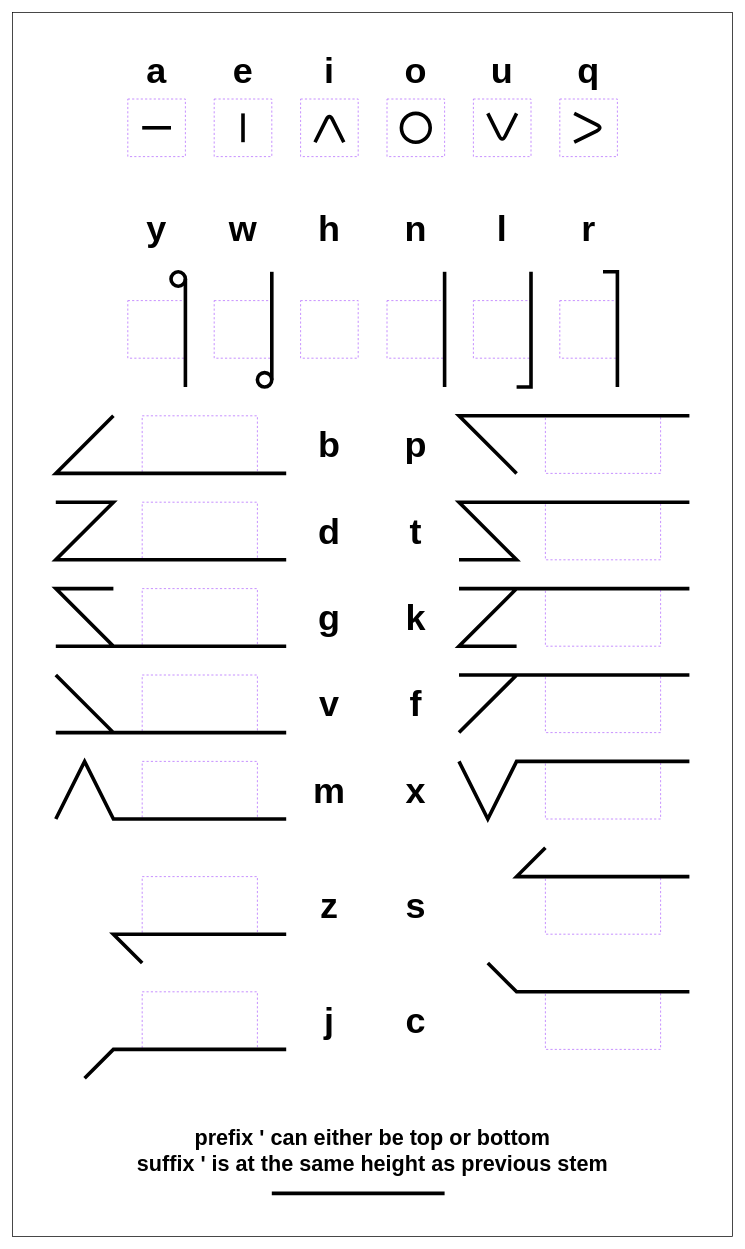
Earlier version of the draw.io diagram images/writing_system.drawio (eberban/eberban). Source tidied: cells renumbered, new cells numbered last; positions are measured from the earlier drawing's top-left corner, leaving out a move shared by most shapes. Both pictures are drawn from the tidied source at 72%, with x=0, y=0 at pixel (12, 12).
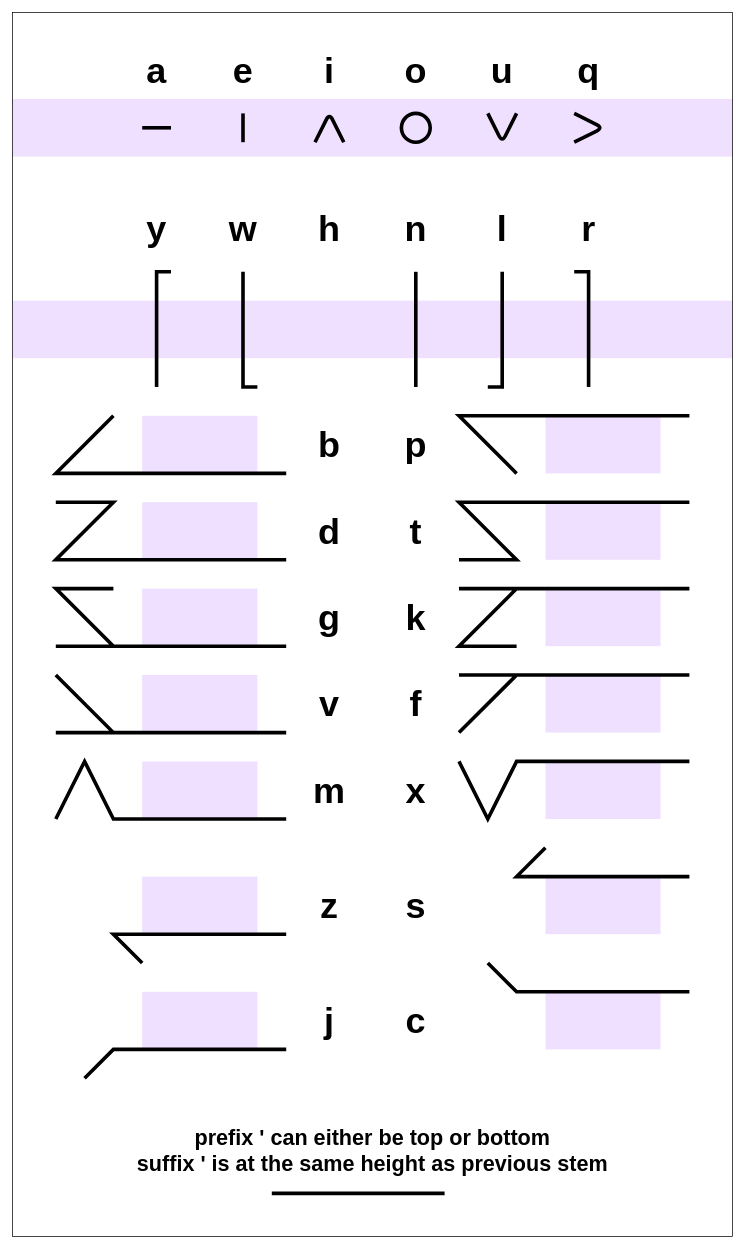
Above is the later version.

The edit, as a diff of the source:
```diff
@@
+    <mxCell id="46" style="rounded=0;whiteSpace=wrap;html=1;fillColor=#B266FF;fontFamily=Rajdhani;fontSize=20;dashed=1;strokeColor=none;opacity=20;" parent="1" vertex="1">
+      <mxGeometry y="400" width="1000" height="80" as="geometry" />
+    </mxCell>
+    <mxCell id="85" style="rounded=0;whiteSpace=wrap;html=1;fillColor=#B266FF;fontFamily=Rajdhani;fontSize=20;dashed=1;strokeColor=none;opacity=20;" parent="1" vertex="1">
+      <mxGeometry y="120" width="1000" height="80" as="geometry" />
+    </mxCell>
@@
-    <mxCell id="3" style="rounded=0;whiteSpace=wrap;html=1;fillColor=none;fontFamily=Rajdhani;fontSize=20;dashed=1;strokeColor=#B266FF;" parent="1" vertex="1">
+    <mxCell id="3" style="rounded=0;whiteSpace=wrap;html=1;fillColor=#B266FF;fontFamily=Rajdhani;fontSize=20;dashed=1;strokeColor=none;opacity=20;" parent="1" vertex="1">
       <mxGeometry x="180" y="560" width="160" height="80" as="geometry" />
     </mxCell>
-    <mxCell id="4" style="rounded=0;whiteSpace=wrap;html=1;fillColor=none;fontFamily=Rajdhani;fontSize=20;dashed=1;strokeColor=#B266FF;" parent="1" vertex="1">
+    <mxCell id="4" style="rounded=0;whiteSpace=wrap;html=1;fillColor=#B266FF;fontFamily=Rajdhani;fontSize=20;dashed=1;strokeColor=none;opacity=20;" parent="1" vertex="1">
       <mxGeometry x="180" y="680" width="160" height="80" as="geometry" />
     </mxCell>
-    <mxCell id="5" style="rounded=0;whiteSpace=wrap;html=1;fillColor=none;fontFamily=Rajdhani;fontSize=20;dashed=1;strokeColor=#B266FF;" parent="1" vertex="1">
+    <mxCell id="5" style="rounded=0;whiteSpace=wrap;html=1;fillColor=#B266FF;fontFamily=Rajdhani;fontSize=20;dashed=1;strokeColor=none;opacity=20;" parent="1" vertex="1">
       <mxGeometry x="180" y="800" width="160" height="80" as="geometry" />
     </mxCell>
-    <mxCell id="6" style="rounded=0;whiteSpace=wrap;html=1;fillColor=none;fontFamily=Rajdhani;fontSize=20;dashed=1;strokeColor=#B266FF;" parent="1" vertex="1">
+    <mxCell id="6" style="rounded=0;whiteSpace=wrap;html=1;fillColor=#B266FF;fontFamily=Rajdhani;fontSize=20;dashed=1;strokeColor=none;opacity=20;" parent="1" vertex="1">
       <mxGeometry x="180" y="920" width="160" height="80" as="geometry" />
     </mxCell>
-    <mxCell id="7" style="rounded=0;whiteSpace=wrap;html=1;fillColor=none;fontFamily=Rajdhani;fontSize=20;dashed=1;strokeColor=#B266FF;" parent="1" vertex="1">
+    <mxCell id="7" style="rounded=0;whiteSpace=wrap;html=1;fillColor=#B266FF;fontFamily=Rajdhani;fontSize=20;dashed=1;strokeColor=none;opacity=20;" parent="1" vertex="1">
       <mxGeometry x="180" y="1040" width="160" height="80" as="geometry" />
     </mxCell>
-    <mxCell id="8" style="rounded=0;whiteSpace=wrap;html=1;fillColor=none;fontFamily=Rajdhani;fontSize=20;dashed=1;strokeColor=#B266FF;" parent="1" vertex="1">
+    <mxCell id="8" style="rounded=0;whiteSpace=wrap;html=1;fillColor=#B266FF;fontFamily=Rajdhani;fontSize=20;dashed=1;strokeColor=none;opacity=20;" parent="1" vertex="1">
       <mxGeometry x="180" y="1200" width="160" height="80" as="geometry" />
     </mxCell>
-    <mxCell id="9" style="rounded=0;whiteSpace=wrap;html=1;fillColor=none;fontFamily=Rajdhani;fontSize=20;dashed=1;strokeColor=#B266FF;" parent="1" vertex="1">
+    <mxCell id="9" style="rounded=0;whiteSpace=wrap;html=1;fillColor=#B266FF;fontFamily=Rajdhani;fontSize=20;dashed=1;strokeColor=none;opacity=20;" parent="1" vertex="1">
       <mxGeometry x="180" y="1360" width="160" height="80" as="geometry" />
     </mxCell>
-    <mxCell id="10" style="rounded=0;whiteSpace=wrap;html=1;fillColor=none;fontFamily=Rajdhani;fontSize=20;dashed=1;strokeColor=#B266FF;" parent="1" vertex="1">
+    <mxCell id="10" style="rounded=0;whiteSpace=wrap;html=1;fillColor=#B266FF;fontFamily=Rajdhani;fontSize=20;dashed=1;strokeColor=none;opacity=20;" parent="1" vertex="1">
       <mxGeometry x="740" y="560" width="160" height="80" as="geometry" />
     </mxCell>
-    <mxCell id="11" style="rounded=0;whiteSpace=wrap;html=1;fillColor=none;fontFamily=Rajdhani;fontSize=20;dashed=1;strokeColor=#B266FF;" parent="1" vertex="1">
+    <mxCell id="11" style="rounded=0;whiteSpace=wrap;html=1;fillColor=#B266FF;fontFamily=Rajdhani;fontSize=20;dashed=1;strokeColor=none;opacity=20;" parent="1" vertex="1">
       <mxGeometry x="740" y="680" width="160" height="80" as="geometry" />
     </mxCell>
-    <mxCell id="12" style="rounded=0;whiteSpace=wrap;html=1;fillColor=none;fontFamily=Rajdhani;fontSize=20;dashed=1;strokeColor=#B266FF;" parent="1" vertex="1">
+    <mxCell id="12" style="rounded=0;whiteSpace=wrap;html=1;fillColor=#B266FF;fontFamily=Rajdhani;fontSize=20;dashed=1;strokeColor=none;opacity=20;" parent="1" vertex="1">
       <mxGeometry x="740" y="800" width="160" height="80" as="geometry" />
     </mxCell>
-    <mxCell id="13" style="rounded=0;whiteSpace=wrap;html=1;fillColor=none;fontFamily=Rajdhani;fontSize=20;dashed=1;strokeColor=#B266FF;" parent="1" vertex="1">
+    <mxCell id="13" style="rounded=0;whiteSpace=wrap;html=1;fillColor=#B266FF;fontFamily=Rajdhani;fontSize=20;dashed=1;strokeColor=none;opacity=20;" parent="1" vertex="1">
       <mxGeometry x="740" y="920" width="160" height="80" as="geometry" />
     </mxCell>
-    <mxCell id="14" style="rounded=0;whiteSpace=wrap;html=1;fillColor=none;fontFamily=Rajdhani;fontSize=20;dashed=1;strokeColor=#B266FF;" parent="1" vertex="1">
+    <mxCell id="14" style="rounded=0;whiteSpace=wrap;html=1;fillColor=#B266FF;fontFamily=Rajdhani;fontSize=20;dashed=1;strokeColor=none;opacity=20;" parent="1" vertex="1">
       <mxGeometry x="740" y="1040" width="160" height="80" as="geometry" />
     </mxCell>
-    <mxCell id="15" style="rounded=0;whiteSpace=wrap;html=1;fillColor=none;fontFamily=Rajdhani;fontSize=20;dashed=1;strokeColor=#B266FF;" parent="1" vertex="1">
+    <mxCell id="15" style="rounded=0;whiteSpace=wrap;html=1;fillColor=#B266FF;fontFamily=Rajdhani;fontSize=20;dashed=1;strokeColor=none;opacity=20;" parent="1" vertex="1">
       <mxGeometry x="740" y="1200" width="160" height="80" as="geometry" />
     </mxCell>
-    <mxCell id="16" style="rounded=0;whiteSpace=wrap;html=1;fillColor=none;fontFamily=Rajdhani;fontSize=20;dashed=1;strokeColor=#B266FF;" parent="1" vertex="1">
+    <mxCell id="16" style="rounded=0;whiteSpace=wrap;html=1;fillColor=#B266FF;fontFamily=Rajdhani;fontSize=20;dashed=1;strokeColor=none;opacity=20;" parent="1" vertex="1">
       <mxGeometry x="740" y="1360" width="160" height="80" as="geometry" />
     </mxCell>
-    <mxCell id="17" style="rounded=0;whiteSpace=wrap;html=1;fillColor=none;fontFamily=Rajdhani;fontSize=20;dashed=1;strokeColor=#B266FF;" parent="1" vertex="1">
-      <mxGeometry x="160" y="120" width="80" height="80" as="geometry" />
-    </mxCell>
-    <mxCell id="18" style="rounded=0;whiteSpace=wrap;html=1;fillColor=none;fontFamily=Rajdhani;fontSize=20;dashed=1;strokeColor=#B266FF;" parent="1" vertex="1">
-      <mxGeometry x="280" y="120" width="80" height="80" as="geometry" />
-    </mxCell>
-    <mxCell id="19" style="rounded=0;whiteSpace=wrap;html=1;fillColor=none;fontFamily=Rajdhani;fontSize=20;dashed=1;strokeColor=#B266FF;" parent="1" vertex="1">
-      <mxGeometry x="400" y="120" width="80" height="80" as="geometry" />
-    </mxCell>
-    <mxCell id="20" style="rounded=0;whiteSpace=wrap;html=1;fillColor=none;fontFamily=Rajdhani;fontSize=20;dashed=1;strokeColor=#B266FF;" parent="1" vertex="1">
-      <mxGeometry x="520" y="120" width="80" height="80" as="geometry" />
-    </mxCell>
-    <mxCell id="21" style="rounded=0;whiteSpace=wrap;html=1;fillColor=none;fontFamily=Rajdhani;fontSize=20;dashed=1;strokeColor=#B266FF;" parent="1" vertex="1">
-      <mxGeometry x="640" y="120" width="80" height="80" as="geometry" />
-    </mxCell>
-    <mxCell id="22" style="rounded=0;whiteSpace=wrap;html=1;fillColor=none;fontFamily=Rajdhani;fontSize=20;dashed=1;strokeColor=#B266FF;" parent="1" vertex="1">
-      <mxGeometry x="760" y="120" width="80" height="80" as="geometry" />
-    </mxCell>
@@
-    <mxCell id="35" style="edgeStyle=none;rounded=0;jettySize=auto;html=1;exitX=0.5;exitY=0;exitDx=0;exitDy=0;startArrow=none;startFill=0;startSize=5;endArrow=none;endFill=0;endSize=0;targetPerimeterSpacing=0;strokeWidth=5;fontFamily=Rajdhani;fontSize=50;" parent="1" edge="1" target="18">
+    <mxCell id="35" style="edgeStyle=none;rounded=0;orthogonalLoop=1;jettySize=auto;html=1;exitX=0.5;exitY=0;exitDx=0;exitDy=0;startArrow=none;startFill=0;startSize=5;endArrow=none;endFill=0;endSize=0;targetPerimeterSpacing=0;strokeWidth=5;fontFamily=Rajdhani;fontSize=50;" parent="1" edge="1">
       <mxGeometry relative="1" as="geometry">
         <mxPoint x="320" y="120" as="sourcePoint" />
+        <mxPoint x="320" y="120" as="targetPoint" />
       </mxGeometry>
     </mxCell>
-    <mxCell id="36" style="rounded=0;whiteSpace=wrap;html=1;fillColor=none;fontFamily=Rajdhani;fontSize=20;dashed=1;strokeColor=#B266FF;" parent="1" vertex="1">
-      <mxGeometry x="640" y="400" width="80" height="80" as="geometry" />
-    </mxCell>
-    <mxCell id="37" style="rounded=0;whiteSpace=wrap;html=1;fillColor=none;fontFamily=Rajdhani;fontSize=20;dashed=1;strokeColor=#B266FF;" parent="1" vertex="1">
-      <mxGeometry x="760" y="400" width="80" height="80" as="geometry" />
-    </mxCell>
@@
-    <mxCell id="44" style="rounded=0;whiteSpace=wrap;html=1;fillColor=none;fontFamily=Rajdhani;fontSize=20;dashed=1;strokeColor=#B266FF;" parent="1" vertex="1">
-      <mxGeometry x="400" y="400" width="80" height="80" as="geometry" />
-    </mxCell>
-    <mxCell id="45" style="rounded=0;whiteSpace=wrap;html=1;fillColor=none;fontFamily=Rajdhani;fontSize=20;dashed=1;strokeColor=#B266FF;" parent="1" vertex="1">
-      <mxGeometry x="520" y="400" width="80" height="80" as="geometry" />
-    </mxCell>
-    <mxCell id="46" style="rounded=0;whiteSpace=wrap;html=1;fillColor=none;fontFamily=Rajdhani;fontSize=20;dashed=1;strokeColor=#B266FF;" parent="1" vertex="1">
-      <mxGeometry x="160" y="400" width="80" height="80" as="geometry" />
-    </mxCell>
-    <mxCell id="47" style="rounded=0;whiteSpace=wrap;html=1;fillColor=none;fontFamily=Rajdhani;fontSize=20;dashed=1;strokeColor=#B266FF;" parent="1" vertex="1">
-      <mxGeometry x="280" y="400" width="80" height="80" as="geometry" />
-    </mxCell>
@@
     <mxCell id="49" style="edgeStyle=none;rounded=0;orthogonalLoop=1;jettySize=auto;html=1;startArrow=none;startFill=0;startSize=5;endArrow=none;endFill=0;endSize=0;targetPerimeterSpacing=0;strokeWidth=5;fontFamily=Rajdhani;fontSize=50;" parent="1" edge="1">
       <mxGeometry relative="1" as="geometry">
-        <mxPoint x="600" y="360" as="sourcePoint" />
-        <mxPoint x="600" y="520" as="targetPoint" />
+        <mxPoint x="560" y="360" as="sourcePoint" />
+        <mxPoint x="560" y="520" as="targetPoint" />
         <Array as="points">
-          <mxPoint x="600" y="410" />
+          <mxPoint x="560" y="410" />
         </Array>
       </mxGeometry>
     </mxCell>
@@
-    <mxCell id="60" style="edgeStyle=none;rounded=0;jettySize=auto;html=1;startArrow=none;startFill=0;startSize=5;endArrow=none;endFill=0;endSize=0;targetPerimeterSpacing=0;strokeWidth=5;fontFamily=Rajdhani;fontSize=50;exitX=1;exitY=0.5;exitDx=0;exitDy=0;" parent="1" edge="1" source="61">
-      <mxGeometry relative="1" as="geometry">
-        <mxPoint x="240" y="520" as="targetPoint" />
-        <Array as="points">
-          <mxPoint x="240" y="410" />
-        </Array>
-      </mxGeometry>
-    </mxCell>
-    <mxCell id="61" style="ellipse;whiteSpace=wrap;html=1;strokeColor=#000000;fillColor=none;fontFamily=Rajdhani;fontSize=50;strokeWidth=5;" parent="1" vertex="1">
-      <mxGeometry x="220" y="360" width="20" height="20" as="geometry" />
-    </mxCell>
@@
     <mxCell id="72" style="edgeStyle=none;rounded=0;orthogonalLoop=1;jettySize=auto;html=1;startArrow=none;startFill=0;startSize=5;endArrow=none;endFill=0;endSize=0;targetPerimeterSpacing=0;strokeWidth=5;fontFamily=Rajdhani;fontSize=50;" parent="1" edge="1">
       <mxGeometry relative="1" as="geometry">
-        <mxPoint x="820" y="360" as="sourcePoint" />
-        <mxPoint x="840" y="520" as="targetPoint" />
+        <mxPoint x="780" y="360" as="sourcePoint" />
+        <mxPoint x="800" y="520" as="targetPoint" />
         <Array as="points">
-          <mxPoint x="840" y="360" />
+          <mxPoint x="800" y="360" />
         </Array>
       </mxGeometry>
     </mxCell>
     <mxCell id="73" style="edgeStyle=none;rounded=0;orthogonalLoop=1;jettySize=auto;html=1;startArrow=none;startFill=0;startSize=5;endArrow=none;endFill=0;endSize=0;targetPerimeterSpacing=0;strokeWidth=5;fontFamily=Rajdhani;fontSize=50;" parent="1" edge="1">
       <mxGeometry relative="1" as="geometry">
-        <mxPoint x="720" y="360" as="sourcePoint" />
-        <mxPoint x="700" y="520" as="targetPoint" />
+        <mxPoint x="680" y="360" as="sourcePoint" />
+        <mxPoint x="660" y="520" as="targetPoint" />
         <Array as="points">
-          <mxPoint x="720" y="520" />
+          <mxPoint x="680" y="520" />
         </Array>
       </mxGeometry>
     </mxCell>
-    <mxCell id="74" style="edgeStyle=none;rounded=0;orthogonalLoop=1;jettySize=auto;html=1;startArrow=none;startFill=0;startSize=5;endArrow=none;endFill=0;endSize=0;targetPerimeterSpacing=0;strokeWidth=5;fontFamily=Rajdhani;fontSize=50;exitX=1;exitY=0.5;exitDx=0;exitDy=0;" parent="1" edge="1">
-      <mxGeometry relative="1" as="geometry">
-        <mxPoint x="360" y="360" as="sourcePoint" />
-        <mxPoint x="360" y="510" as="targetPoint" />
-      </mxGeometry>
-    </mxCell>
-    <mxCell id="75" style="ellipse;whiteSpace=wrap;html=1;strokeColor=#000000;fillColor=none;fontFamily=Rajdhani;fontSize=50;strokeWidth=5;" parent="1" vertex="1">
-      <mxGeometry x="340" y="500" width="20" height="20" as="geometry" />
-    </mxCell>
@@
+    <mxCell id="86" style="edgeStyle=none;rounded=0;orthogonalLoop=1;jettySize=auto;html=1;startArrow=none;startFill=0;startSize=5;endArrow=none;endFill=0;endSize=0;targetPerimeterSpacing=0;strokeWidth=5;fontFamily=Rajdhani;fontSize=50;" parent="1" edge="1">
+      <mxGeometry relative="1" as="geometry">
+        <mxPoint x="320" y="360" as="sourcePoint" />
+        <mxPoint x="340" y="520" as="targetPoint" />
+        <Array as="points">
+          <mxPoint x="320" y="520" />
+        </Array>
+      </mxGeometry>
+    </mxCell>
+    <mxCell id="87" style="edgeStyle=none;rounded=0;orthogonalLoop=1;jettySize=auto;html=1;startArrow=none;startFill=0;startSize=5;endArrow=none;endFill=0;endSize=0;targetPerimeterSpacing=0;strokeWidth=5;fontFamily=Rajdhani;fontSize=50;" parent="1" edge="1">
+      <mxGeometry relative="1" as="geometry">
+        <mxPoint x="220" y="360" as="sourcePoint" />
+        <mxPoint x="200" y="520" as="targetPoint" />
+        <Array as="points">
+          <mxPoint x="200" y="360" />
+        </Array>
+      </mxGeometry>
+    </mxCell>
```
